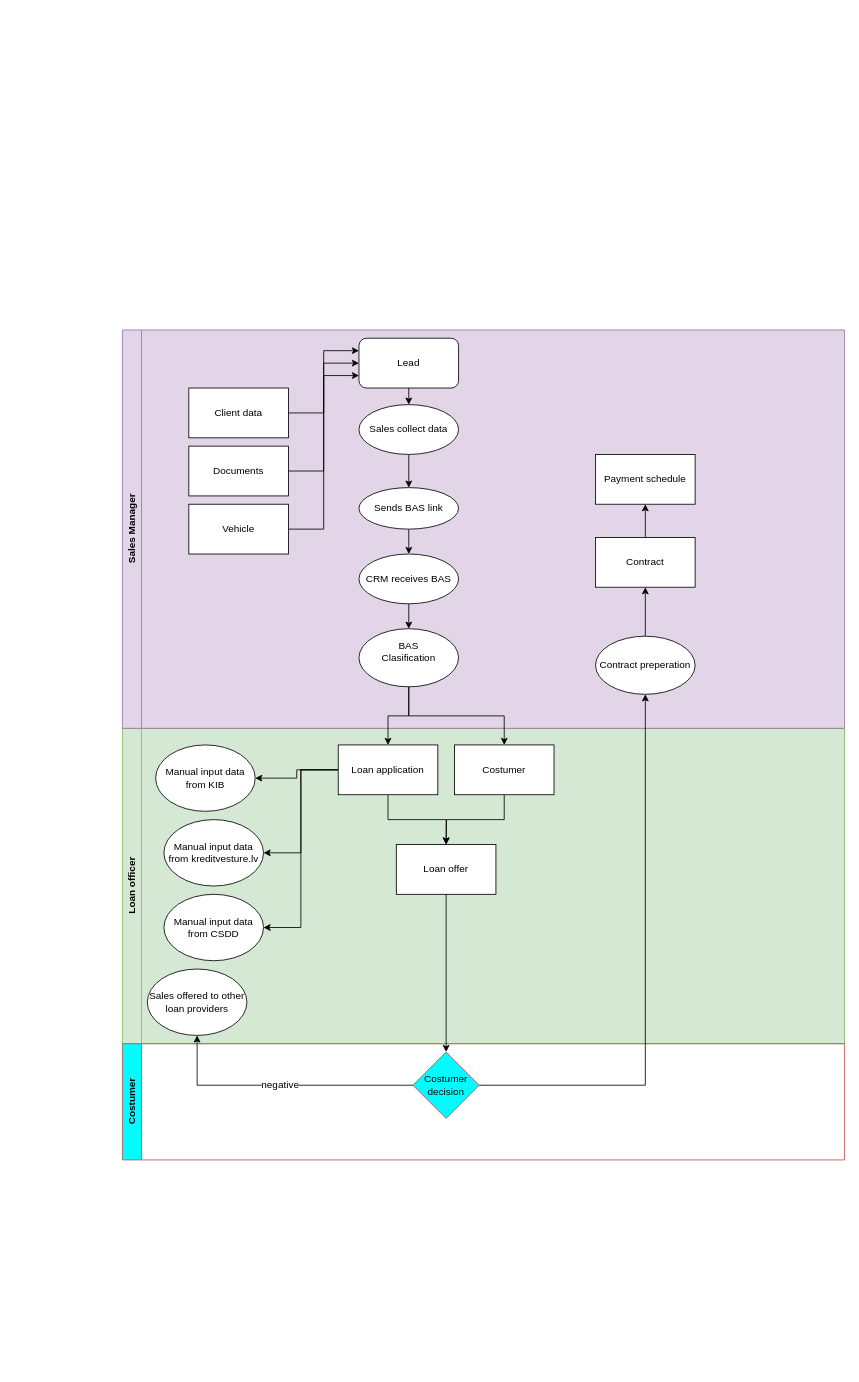
This is LZ99_Flow.drawio from LA-87/diagram, a draw.io file, before an edit. Source tidied: cells renumbered, new cells numbered last; positions are measured from the earlier drawing's top-left corner, leaving out a move shared by most shapes. Both pictures are drawn from the tidied source at 83%, with x=0, y=0 at pixel (122, 330).
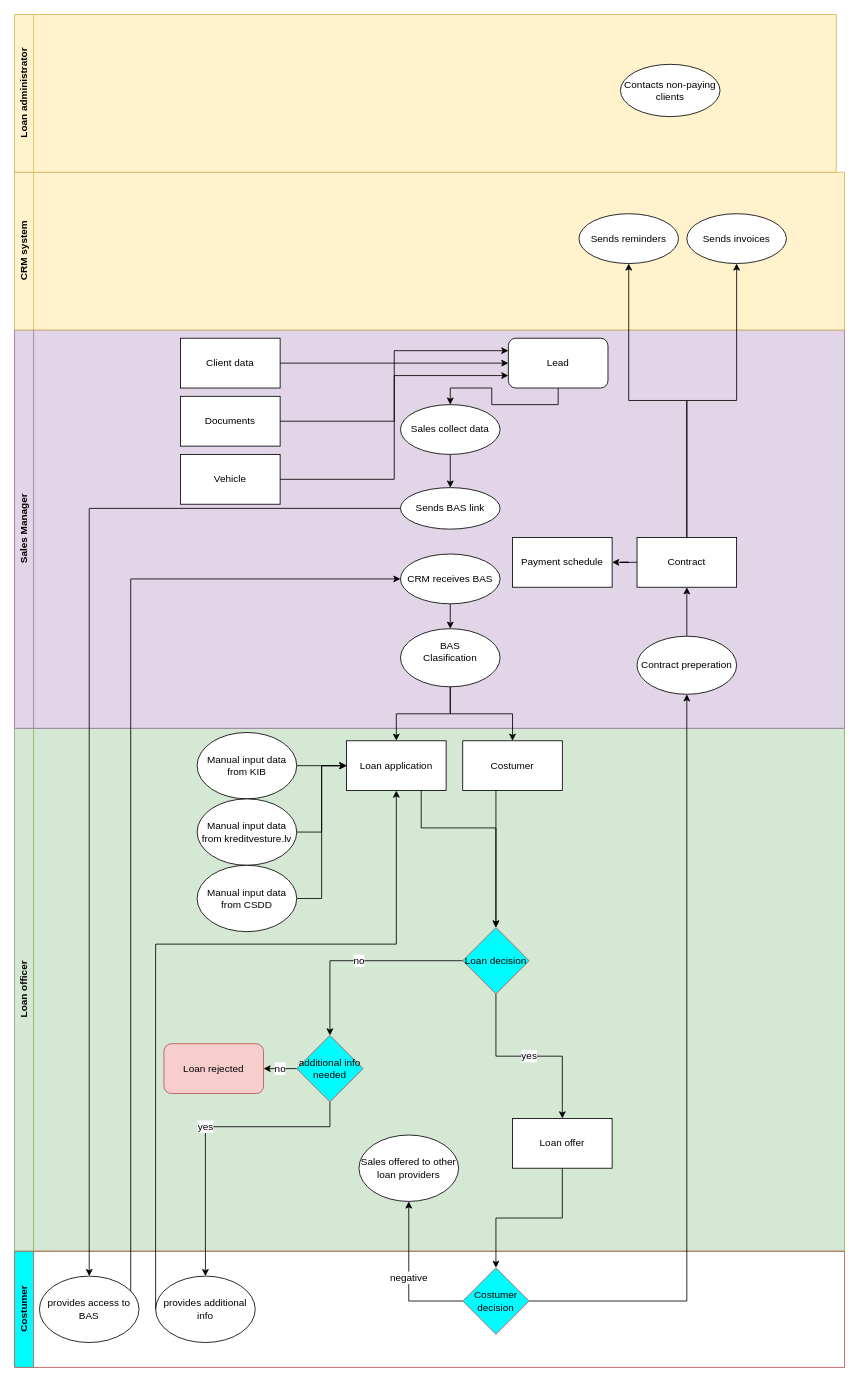
The same diagram, later.

Diff of the diagram source:
```diff
@@
     <mxCell id="2" value="&lt;div&gt;Loan officer&lt;/div&gt;" style="swimlane;horizontal=0;whiteSpace=wrap;html=1;fillColor=#D5E8D4;strokeColor=#82b366;swimlaneFillColor=#D5E8D4;" parent="1" vertex="1">
-      <mxGeometry y="480" width="870" height="380" as="geometry" />
+      <mxGeometry x="-130" y="480" width="1000" height="630" as="geometry" />
     </mxCell>
-    <mxCell id="3" style="edgeStyle=orthogonalEdgeStyle;rounded=0;jettySize=auto;html=1;fontFamily=Helvetica;fontSize=12;fontColor=default;startSize=23;" parent="2" edge="1" source="7" target="10">
-      <mxGeometry relative="1" as="geometry" />
-    </mxCell>
-    <mxCell id="4" style="edgeStyle=orthogonalEdgeStyle;rounded=0;jettySize=auto;html=1;entryX=0.5;entryY=0;entryDx=0;entryDy=0;fontFamily=Helvetica;fontSize=12;fontColor=default;startSize=23;" parent="2" edge="1" source="7" target="13">
-      <mxGeometry relative="1" as="geometry" />
-    </mxCell>
-    <mxCell id="5" style="edgeStyle=orthogonalEdgeStyle;rounded=0;jettySize=auto;html=1;entryX=1;entryY=0.5;entryDx=0;entryDy=0;fontFamily=Helvetica;fontSize=12;fontColor=default;startSize=23;" parent="2" edge="1" source="7" target="11">
-      <mxGeometry relative="1" as="geometry" />
-    </mxCell>
-    <mxCell id="6" style="edgeStyle=orthogonalEdgeStyle;rounded=0;jettySize=auto;html=1;entryX=1;entryY=0.5;entryDx=0;entryDy=0;fontFamily=Helvetica;fontSize=12;fontColor=default;startSize=23;" parent="2" edge="1" source="7" target="12">
-      <mxGeometry relative="1" as="geometry" />
-    </mxCell>
+    <mxCell id="43" style="edgeStyle=orthogonalEdgeStyle;rounded=0;jettySize=auto;html=1;fontFamily=Helvetica;fontSize=12;fontColor=default;startSize=23;exitX=0.75;exitY=1;exitDx=0;exitDy=0;" parent="2" edge="1" source="7" target="50">
+      <mxGeometry relative="1" as="geometry">
+        <Array as="points">
+          <mxPoint x="490" y="120" />
+          <mxPoint x="580" y="120" />
+        </Array>
+      </mxGeometry>
+    </mxCell>
     <mxCell id="7" value="&lt;div&gt;Loan application&lt;/div&gt;" style="rounded=0;whiteSpace=wrap;html=1;" parent="2" vertex="1">
-      <mxGeometry x="260" y="20" width="120" height="60" as="geometry" />
+      <mxGeometry x="400" y="15" width="120" height="60" as="geometry" />
     </mxCell>
-    <mxCell id="8" style="edgeStyle=orthogonalEdgeStyle;rounded=0;jettySize=auto;html=1;fontFamily=Helvetica;fontSize=12;fontColor=default;startSize=23;exitX=0.5;exitY=1;exitDx=0;exitDy=0;" parent="2" edge="1" source="9">
-      <mxGeometry relative="1" as="geometry">
-        <mxPoint x="390" y="140" as="targetPoint" />
-      </mxGeometry>
-    </mxCell>
+    <mxCell id="44" style="edgeStyle=orthogonalEdgeStyle;rounded=0;jettySize=auto;html=1;fontFamily=Helvetica;fontSize=12;fontColor=default;startSize=23;" parent="2" edge="1" source="9" target="50">
+      <mxGeometry relative="1" as="geometry">
+        <Array as="points">
+          <mxPoint x="580" y="120" />
+          <mxPoint x="580" y="120" />
+        </Array>
+      </mxGeometry>
+    </mxCell>
     <mxCell id="9" value="&lt;div&gt;Costumer&lt;/div&gt;" style="rounded=0;whiteSpace=wrap;html=1;" parent="2" vertex="1">
-      <mxGeometry x="400" y="20" width="120" height="60" as="geometry" />
+      <mxGeometry x="540" y="15" width="120" height="60" as="geometry" />
     </mxCell>
+    <mxCell id="45" style="edgeStyle=orthogonalEdgeStyle;rounded=0;jettySize=auto;html=1;fontFamily=Helvetica;fontSize=12;fontColor=default;startSize=23;" parent="2" edge="1" source="10" target="7">
+      <mxGeometry relative="1" as="geometry" />
+    </mxCell>
     <mxCell id="10" value="Manual input data from KIB" style="ellipse;whiteSpace=wrap;html=1;" parent="2" vertex="1">
-      <mxGeometry x="40" y="20" width="120" height="80" as="geometry" />
+      <mxGeometry x="220" y="5" width="120" height="80" as="geometry" />
     </mxCell>
+    <mxCell id="46" style="edgeStyle=orthogonalEdgeStyle;rounded=0;jettySize=auto;html=1;entryX=0;entryY=0.5;entryDx=0;entryDy=0;fontFamily=Helvetica;fontSize=12;fontColor=default;startSize=23;" parent="2" edge="1" source="11" target="7">
+      <mxGeometry relative="1" as="geometry" />
+    </mxCell>
     <mxCell id="11" value="Manual input data from kreditvesture.lv" style="ellipse;whiteSpace=wrap;html=1;" parent="2" vertex="1">
-      <mxGeometry x="50" y="110" width="120" height="80" as="geometry" />
+      <mxGeometry x="220" y="85" width="120" height="80" as="geometry" />
     </mxCell>
+    <mxCell id="47" style="edgeStyle=orthogonalEdgeStyle;rounded=0;jettySize=auto;html=1;entryX=0;entryY=0.5;entryDx=0;entryDy=0;fontFamily=Helvetica;fontSize=12;fontColor=default;startSize=23;" parent="2" edge="1" source="12" target="7">
+      <mxGeometry relative="1" as="geometry" />
+    </mxCell>
     <mxCell id="12" value="Manual input data from CSDD" style="ellipse;whiteSpace=wrap;html=1;" parent="2" vertex="1">
-      <mxGeometry x="50" y="200" width="120" height="80" as="geometry" />
+      <mxGeometry x="220" y="165" width="120" height="80" as="geometry" />
     </mxCell>
     <mxCell id="13" value="&lt;div&gt;Loan offer&lt;/div&gt;" style="rounded=0;whiteSpace=wrap;html=1;" parent="2" vertex="1">
-      <mxGeometry x="330" y="140" width="120" height="60" as="geometry" />
+      <mxGeometry x="600" y="470" width="120" height="60" as="geometry" />
     </mxCell>
     <mxCell id="14" value="Sales offered to other loan providers" style="ellipse;whiteSpace=wrap;html=1;" parent="2" vertex="1">
-      <mxGeometry x="30" y="290" width="120" height="80" as="geometry" />
+      <mxGeometry x="415" y="490" width="120" height="80" as="geometry" />
     </mxCell>
+    <mxCell id="48" value="&lt;div&gt;no&lt;/div&gt;" style="edgeStyle=orthogonalEdgeStyle;rounded=0;jettySize=auto;html=1;entryX=0.5;entryY=0;entryDx=0;entryDy=0;fontFamily=Helvetica;fontSize=12;fontColor=default;startSize=23;" parent="2" edge="1" source="50" target="53">
+      <mxGeometry relative="1" as="geometry" />
+    </mxCell>
+    <mxCell id="49" value="yes" style="edgeStyle=orthogonalEdgeStyle;rounded=0;jettySize=auto;html=1;fontFamily=Helvetica;fontSize=12;fontColor=default;startSize=23;" parent="2" edge="1" source="50" target="13">
+      <mxGeometry relative="1" as="geometry" />
+    </mxCell>
+    <mxCell id="50" value="Loan decision" style="rhombus;whiteSpace=wrap;html=1;strokeColor=#b85450;align=center;verticalAlign=middle;fontFamily=Helvetica;fontSize=12;fontColor=default;startSize=23;fillColor=#00fcff;" parent="2" vertex="1">
+      <mxGeometry x="540" y="240" width="80" height="80" as="geometry" />
+    </mxCell>
+    <mxCell id="51" value="&lt;div&gt;Loan rejected&lt;/div&gt;" style="rounded=1;whiteSpace=wrap;html=1;fillColor=#f8cecc;strokeColor=#b85450;" parent="2" vertex="1">
+      <mxGeometry x="180" y="380" width="120" height="60" as="geometry" />
+    </mxCell>
+    <mxCell id="52" value="no" style="edgeStyle=orthogonalEdgeStyle;rounded=0;jettySize=auto;html=1;entryX=1;entryY=0.5;entryDx=0;entryDy=0;fontFamily=Helvetica;fontSize=12;fontColor=default;startSize=23;" parent="2" edge="1" source="53" target="51">
+      <mxGeometry relative="1" as="geometry" />
+    </mxCell>
+    <mxCell id="53" value="&lt;div&gt;additional info needed&lt;/div&gt;" style="rhombus;whiteSpace=wrap;html=1;strokeColor=#b85450;align=center;verticalAlign=middle;fontFamily=Helvetica;fontSize=12;fontColor=default;startSize=23;fillColor=#00fcff;" parent="2" vertex="1">
+      <mxGeometry x="340" y="370" width="80" height="80" as="geometry" />
+    </mxCell>
     <mxCell id="15" value="&lt;div&gt;Sales Manager&lt;/div&gt;" style="swimlane;horizontal=0;whiteSpace=wrap;html=1;fillColor=#E1D5E7;strokeColor=#9673a6;swimlaneFillColor=#E1D5E7;" parent="1" vertex="1">
-      <mxGeometry width="870" height="480" as="geometry" />
+      <mxGeometry x="-130" width="1000" height="480" as="geometry" />
     </mxCell>
     <mxCell id="16" value="Vehicle" style="rounded=0;whiteSpace=wrap;html=1;" parent="15" vertex="1">
-      <mxGeometry x="80" y="210" width="120" height="60" as="geometry" />
+      <mxGeometry x="200" y="150" width="120" height="60" as="geometry" />
     </mxCell>
     <mxCell id="17" value="&lt;div&gt;Client data&lt;/div&gt;" style="rounded=0;whiteSpace=wrap;html=1;" parent="15" vertex="1">
-      <mxGeometry x="80" y="70" width="120" height="60" as="geometry" />
+      <mxGeometry x="200" y="10" width="120" height="60" as="geometry" />
     </mxCell>
     <mxCell id="18" value="&lt;div&gt;Documents&lt;/div&gt;" style="rounded=0;whiteSpace=wrap;html=1;" parent="15" vertex="1">
-      <mxGeometry x="80" y="140" width="120" height="60" as="geometry" />
+      <mxGeometry x="200" y="80" width="120" height="60" as="geometry" />
     </mxCell>
@@
     <mxCell id="20" value="&lt;div&gt;Sales collect data&lt;/div&gt;" style="ellipse;whiteSpace=wrap;html=1;" parent="15" vertex="1">
-      <mxGeometry x="285" y="90" width="120" height="60" as="geometry" />
+      <mxGeometry x="465" y="90" width="120" height="60" as="geometry" />
     </mxCell>
-    <mxCell id="21" style="edgeStyle=orthogonalEdgeStyle;rounded=0;jettySize=auto;html=1;exitX=0.5;exitY=1;exitDx=0;exitDy=0;entryX=0.5;entryY=0;entryDx=0;entryDy=0;fontFamily=Helvetica;fontSize=12;fontColor=default;startSize=23;" parent="15" edge="1" source="22" target="24">
-      <mxGeometry relative="1" as="geometry" />
-    </mxCell>
     <mxCell id="22" value="&lt;div&gt;Sends BAS link&lt;/div&gt;" style="ellipse;whiteSpace=wrap;html=1;" parent="15" vertex="1">
-      <mxGeometry x="285" y="190" width="120" height="50" as="geometry" />
+      <mxGeometry x="465" y="190" width="120" height="50" as="geometry" />
     </mxCell>
@@
     <mxCell id="24" value="&lt;div&gt;CRM receives BAS&lt;/div&gt;" style="ellipse;whiteSpace=wrap;html=1;" parent="15" vertex="1">
-      <mxGeometry x="285" y="270" width="120" height="60" as="geometry" />
+      <mxGeometry x="465" y="270" width="120" height="60" as="geometry" />
     </mxCell>
     <mxCell id="25" value="BAS&lt;div&gt;Clasification&lt;/div&gt;&lt;div&gt;&lt;br&gt;&lt;/div&gt;" style="ellipse;whiteSpace=wrap;html=1;" parent="15" vertex="1">
-      <mxGeometry x="285" y="360" width="120" height="70" as="geometry" />
+      <mxGeometry x="465" y="360" width="120" height="70" as="geometry" />
     </mxCell>
@@
     <mxCell id="27" value="&lt;div&gt;Contract preperation&lt;/div&gt;" style="ellipse;whiteSpace=wrap;html=1;" parent="15" vertex="1">
-      <mxGeometry x="570" y="369" width="120" height="70" as="geometry" />
+      <mxGeometry x="750" y="369" width="120" height="70" as="geometry" />
     </mxCell>
@@
     <mxCell id="29" value="&lt;div&gt;Contract&lt;/div&gt;" style="rounded=0;whiteSpace=wrap;html=1;" parent="15" vertex="1">
-      <mxGeometry x="570" y="250" width="120" height="60" as="geometry" />
+      <mxGeometry x="750" y="250" width="120" height="60" as="geometry" />
     </mxCell>
     <mxCell id="30" value="Payment schedule" style="rounded=0;whiteSpace=wrap;html=1;" parent="15" vertex="1">
-      <mxGeometry x="570" y="150" width="120" height="60" as="geometry" />
+      <mxGeometry x="600" y="250" width="120" height="60" as="geometry" />
     </mxCell>
@@
     <mxCell id="32" value="&lt;div&gt;Lead&lt;/div&gt;" style="rounded=1;whiteSpace=wrap;html=1;" parent="1" vertex="1">
-      <mxGeometry x="285" y="10" width="120" height="60" as="geometry" />
+      <mxGeometry x="465" y="10" width="120" height="60" as="geometry" />
     </mxCell>
     <mxCell id="33" value="&lt;div&gt;Costumer&lt;/div&gt;" style="swimlane;horizontal=0;whiteSpace=wrap;html=1;strokeColor=#b85450;align=center;verticalAlign=middle;fontFamily=Helvetica;fontSize=12;fontColor=default;startSize=23;fillColor=#00fcff;" parent="1" vertex="1">
-      <mxGeometry y="860" width="870" height="140" as="geometry" />
+      <mxGeometry x="-130" y="1110" width="1000" height="140" as="geometry" />
     </mxCell>
     <mxCell id="34" value="Costumer decision" style="rhombus;whiteSpace=wrap;html=1;strokeColor=#b85450;align=center;verticalAlign=middle;fontFamily=Helvetica;fontSize=12;fontColor=default;startSize=23;fillColor=#00fcff;" parent="33" vertex="1">
-      <mxGeometry x="350" y="10" width="80" height="80" as="geometry" />
+      <mxGeometry x="540" y="20" width="80" height="80" as="geometry" />
     </mxCell>
+    <mxCell id="54" value="provides access to BAS" style="ellipse;whiteSpace=wrap;html=1;" parent="33" vertex="1">
+      <mxGeometry x="30" y="30" width="120" height="80" as="geometry" />
+    </mxCell>
+    <mxCell id="55" value="provides additional info" style="ellipse;whiteSpace=wrap;html=1;" parent="33" vertex="1">
+      <mxGeometry x="170" y="30" width="120" height="80" as="geometry" />
+    </mxCell>
@@
+    <mxCell id="56" value="&lt;div&gt;CRM system&lt;/div&gt;" style="swimlane;horizontal=0;whiteSpace=wrap;html=1;fillColor=#FFF2CC;strokeColor=#d6b656;swimlaneFillColor=#FFF2CC;" parent="1" vertex="1">
+      <mxGeometry x="-130" y="-190" width="1000" height="190" as="geometry" />
+    </mxCell>
+    <mxCell id="57" value="Sends invoices" style="ellipse;whiteSpace=wrap;html=1;" parent="56" vertex="1">
+      <mxGeometry x="810" y="50" width="120" height="60" as="geometry" />
+    </mxCell>
+    <mxCell id="58" value="Sends reminders" style="ellipse;whiteSpace=wrap;html=1;" parent="56" vertex="1">
+      <mxGeometry x="680" y="50" width="120" height="60" as="geometry" />
+    </mxCell>
+    <mxCell id="59" value="&lt;div&gt;Loan administrator&lt;/div&gt;" style="swimlane;horizontal=0;whiteSpace=wrap;html=1;fillColor=#FFF2CC;strokeColor=#d6b656;swimlaneFillColor=#FFF2CC;" parent="1" vertex="1">
+      <mxGeometry x="-130" y="-380" width="990" height="190" as="geometry" />
+    </mxCell>
+    <mxCell id="60" value="&lt;div&gt;Contacts non-paying clients&lt;/div&gt;" style="ellipse;whiteSpace=wrap;html=1;" parent="59" vertex="1">
+      <mxGeometry x="730" y="60" width="120" height="63" as="geometry" />
+    </mxCell>
+    <mxCell id="61" style="edgeStyle=orthogonalEdgeStyle;rounded=0;jettySize=auto;html=1;entryX=0.5;entryY=0;entryDx=0;entryDy=0;fontFamily=Helvetica;fontSize=12;fontColor=default;startSize=23;" parent="1" edge="1" source="22" target="54">
+      <mxGeometry relative="1" as="geometry" />
+    </mxCell>
+    <mxCell id="62" style="edgeStyle=orthogonalEdgeStyle;rounded=0;jettySize=auto;html=1;entryX=0;entryY=0.5;entryDx=0;entryDy=0;fontFamily=Helvetica;fontSize=12;fontColor=default;startSize=23;" parent="1" edge="1" source="54" target="24">
+      <mxGeometry relative="1" as="geometry">
+        <Array as="points">
+          <mxPoint x="10" y="300" />
+        </Array>
+      </mxGeometry>
+    </mxCell>
+    <mxCell id="63" value="&lt;div&gt;yes&lt;/div&gt;" style="edgeStyle=orthogonalEdgeStyle;rounded=0;jettySize=auto;html=1;entryX=0.5;entryY=0;entryDx=0;entryDy=0;fontFamily=Helvetica;fontSize=12;fontColor=default;startSize=23;exitX=0.5;exitY=1;exitDx=0;exitDy=0;" parent="1" edge="1" source="53" target="55">
+      <mxGeometry relative="1" as="geometry">
+        <Array as="points">
+          <mxPoint x="250" y="960" />
+          <mxPoint x="100" y="960" />
+        </Array>
+      </mxGeometry>
+    </mxCell>
+    <mxCell id="64" style="edgeStyle=orthogonalEdgeStyle;rounded=0;jettySize=auto;html=1;entryX=0.5;entryY=1;entryDx=0;entryDy=0;fontFamily=Helvetica;fontSize=12;fontColor=default;startSize=23;" parent="1" edge="1" source="55" target="7">
+      <mxGeometry relative="1" as="geometry">
+        <Array as="points">
+          <mxPoint x="40" y="740" />
+          <mxPoint x="330" y="740" />
+        </Array>
+      </mxGeometry>
+    </mxCell>
+    <mxCell id="65" style="edgeStyle=orthogonalEdgeStyle;rounded=0;jettySize=auto;html=1;entryX=0.5;entryY=1;entryDx=0;entryDy=0;fontFamily=Helvetica;fontSize=12;fontColor=default;startSize=23;" parent="1" edge="1" source="29" target="57">
+      <mxGeometry relative="1" as="geometry" />
+    </mxCell>
+    <mxCell id="66" style="edgeStyle=orthogonalEdgeStyle;rounded=0;jettySize=auto;html=1;fontFamily=Helvetica;fontSize=12;fontColor=default;startSize=23;" parent="1" edge="1" source="29" target="58">
+      <mxGeometry relative="1" as="geometry" />
+    </mxCell>
```
